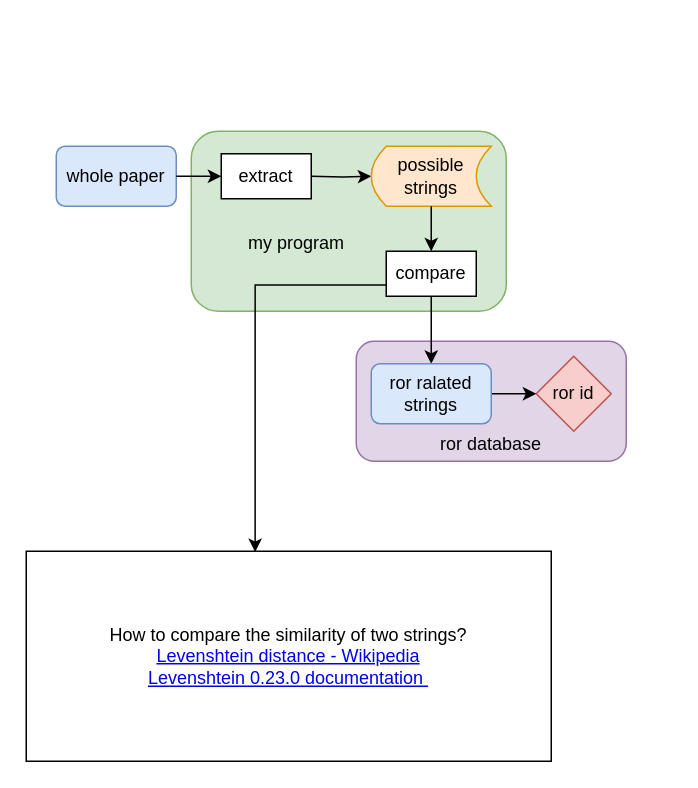
Earlier version of the draw.io diagram text/structure.drawio (arXiv/metadata-extraction). Source tidied: cells renumbered, new cells numbered last; positions are measured from the earlier drawing's top-left corner, leaving out a move shared by most shapes. Both pictures are drawn from the tidied source at 150%, with x=0, y=0 at pixel (26, 130).
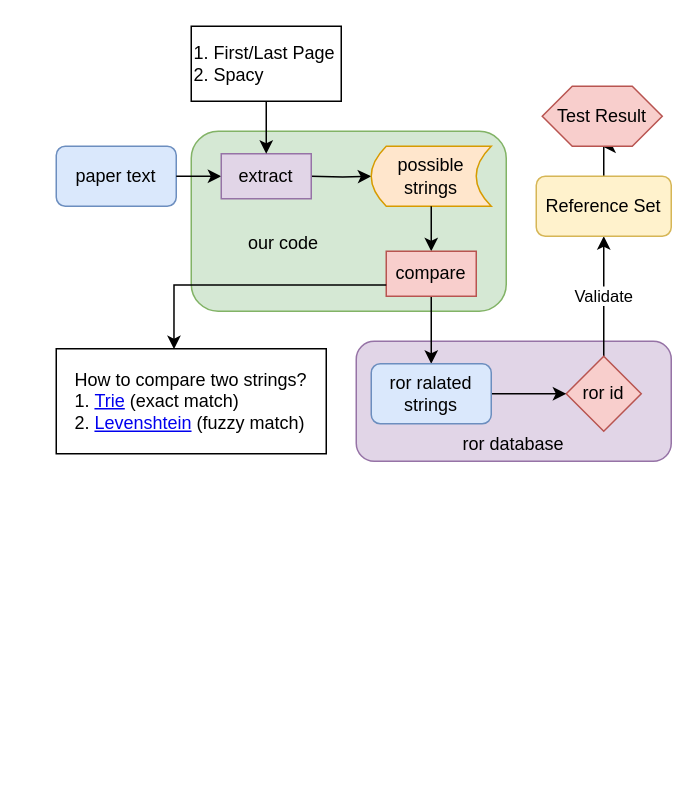
Above is the later version.

Commit message (it also covers changes not shown here):
update flow chart and update validation.json

What changed in the source:
```diff
@@
-    <mxCell id="2" value="&lt;br&gt;&lt;br&gt;my program&amp;nbsp; &amp;nbsp;&lt;span style=&quot;white-space: pre;&quot;&gt;&#9;&lt;/span&gt;&lt;span style=&quot;white-space: pre;&quot;&gt;&#9;&lt;/span&gt;&lt;span style=&quot;white-space: pre;&quot;&gt;&#9;&lt;/span&gt;" style="rounded=1;whiteSpace=wrap;html=1;fillColor=#d5e8d4;strokeColor=#82b366;" parent="1" vertex="1">
+    <mxCell id="2" value="&lt;br&gt;&lt;br&gt;our code&amp;nbsp; &amp;nbsp;&lt;span style=&quot;white-space: pre;&quot;&gt;&#9;&lt;/span&gt;&lt;span style=&quot;white-space: pre;&quot;&gt;&#9;&lt;/span&gt;&lt;span style=&quot;white-space: pre;&quot;&gt;&#9;&lt;/span&gt;" style="rounded=1;whiteSpace=wrap;html=1;fillColor=#d5e8d4;strokeColor=#82b366;" parent="1" vertex="1">
       <mxGeometry x="110" width="210" height="120" as="geometry" />
     </mxCell>
     <mxCell id="3" value="&lt;br&gt;&lt;br&gt;&lt;br&gt;&lt;br&gt;ror database" style="rounded=1;whiteSpace=wrap;html=1;fillColor=#e1d5e7;strokeColor=#9673a6;" parent="1" vertex="1">
-      <mxGeometry x="220" y="140" width="180" height="80" as="geometry" />
+      <mxGeometry x="220" y="140" width="210" height="80" as="geometry" />
     </mxCell>
@@
-    <mxCell id="5" value="whole paper" style="rounded=1;whiteSpace=wrap;html=1;fillColor=#dae8fc;strokeColor=#6c8ebf;" parent="1" vertex="1">
+    <mxCell id="5" value="paper text" style="rounded=1;whiteSpace=wrap;html=1;fillColor=#dae8fc;strokeColor=#6c8ebf;" parent="1" vertex="1">
       <mxGeometry x="20" y="10" width="80" height="40" as="geometry" />
     </mxCell>
+    <mxCell id="17" value="Validate" style="edgeStyle=orthogonalEdgeStyle;rounded=0;jettySize=auto;html=1;" parent="1" edge="1" source="6" target="21">
+      <mxGeometry relative="1" as="geometry" />
+    </mxCell>
     <mxCell id="6" value="ror id" style="rhombus;whiteSpace=wrap;html=1;fillColor=#f8cecc;strokeColor=#b85450;" parent="1" vertex="1">
-      <mxGeometry x="340" y="150" width="50" height="50" as="geometry" />
+      <mxGeometry x="360" y="150" width="50" height="50" as="geometry" />
     </mxCell>
@@
-    <mxCell id="13" value="compare" style="rounded=0;whiteSpace=wrap;html=1;" parent="1" vertex="1">
+    <mxCell id="13" value="compare" style="rounded=0;whiteSpace=wrap;html=1;fillColor=#f8cecc;strokeColor=#b85450;" parent="1" vertex="1">
       <mxGeometry x="240" y="80" width="60" height="30" as="geometry" />
     </mxCell>
-    <mxCell id="14" value="extract" style="rounded=0;whiteSpace=wrap;html=1;" parent="1" vertex="1">
+    <mxCell id="14" value="extract" style="rounded=0;whiteSpace=wrap;html=1;fillColor=#e1d5e7;strokeColor=#9673a6;" parent="1" vertex="1">
       <mxGeometry x="130" y="15" width="60" height="30" as="geometry" />
     </mxCell>
-    <mxCell id="15" value="How to compare the similarity of two strings?&lt;br&gt;&lt;a href=&quot;https://en.wikipedia.org/wiki/Levenshtein_distance&quot;&gt;Levenshtein distance - Wikipedia&lt;/a&gt;&lt;br&gt;&lt;a href=&quot;https://maxbachmann.github.io/Levenshtein/&quot;&gt;Levenshtein 0.23.0 documentation&amp;nbsp;&lt;/a&gt;" style="rounded=0;whiteSpace=wrap;html=1;" parent="1" vertex="1">
-      <mxGeometry y="280" width="350" height="140" as="geometry" />
+    <mxCell id="15" value="How to compare two strings?&lt;br&gt;&lt;div style=&quot;text-align: left;&quot;&gt;&lt;span style=&quot;background-color: initial;&quot;&gt;1.&amp;nbsp;&lt;/span&gt;&lt;a style=&quot;background-color: initial;&quot; href=&quot;https://en.wikipedia.org/wiki/Trie&quot;&gt;Trie&lt;/a&gt;&amp;nbsp;(exact match)&lt;/div&gt;&lt;div style=&quot;text-align: left;&quot;&gt;&lt;span style=&quot;background-color: initial;&quot;&gt;2.&amp;nbsp;&lt;/span&gt;&lt;a style=&quot;background-color: initial;&quot; href=&quot;https://en.wikipedia.org/wiki/Levenshtein_distance&quot;&gt;Levenshtein&lt;/a&gt;&lt;span style=&quot;background-color: initial;&quot;&gt;&amp;nbsp;(fuzzy match)&lt;/span&gt;&lt;/div&gt;" style="rounded=0;whiteSpace=wrap;html=1;" parent="1" vertex="1">
+      <mxGeometry x="20" y="145" width="180" height="70" as="geometry" />
     </mxCell>
@@
+    <mxCell id="18" style="edgeStyle=orthogonalEdgeStyle;rounded=0;jettySize=auto;html=1;" parent="1" edge="1" source="19" target="14">
+      <mxGeometry relative="1" as="geometry" />
+    </mxCell>
+    <mxCell id="19" value="1. First/Last Page&lt;br&gt;2. Spacy" style="rounded=0;whiteSpace=wrap;html=1;align=left;" parent="1" vertex="1">
+      <mxGeometry x="110" y="-70" width="100" height="50" as="geometry" />
+    </mxCell>
+    <mxCell id="20" style="edgeStyle=orthogonalEdgeStyle;rounded=0;jettySize=auto;html=1;" parent="1" edge="1" source="21" target="22">
+      <mxGeometry relative="1" as="geometry" />
+    </mxCell>
+    <mxCell id="21" value="Reference Set" style="rounded=1;whiteSpace=wrap;html=1;fillColor=#fff2cc;strokeColor=#d6b656;" parent="1" vertex="1">
+      <mxGeometry x="340" y="30" width="90" height="40" as="geometry" />
+    </mxCell>
+    <mxCell id="22" value="Test Result" style="shape=hexagon;perimeter=hexagonPerimeter2;whiteSpace=wrap;html=1;fixedSize=1;fillColor=#f8cecc;strokeColor=#b85450;" parent="1" vertex="1">
+      <mxGeometry x="344" y="-30" width="80" height="40" as="geometry" />
+    </mxCell>
```
